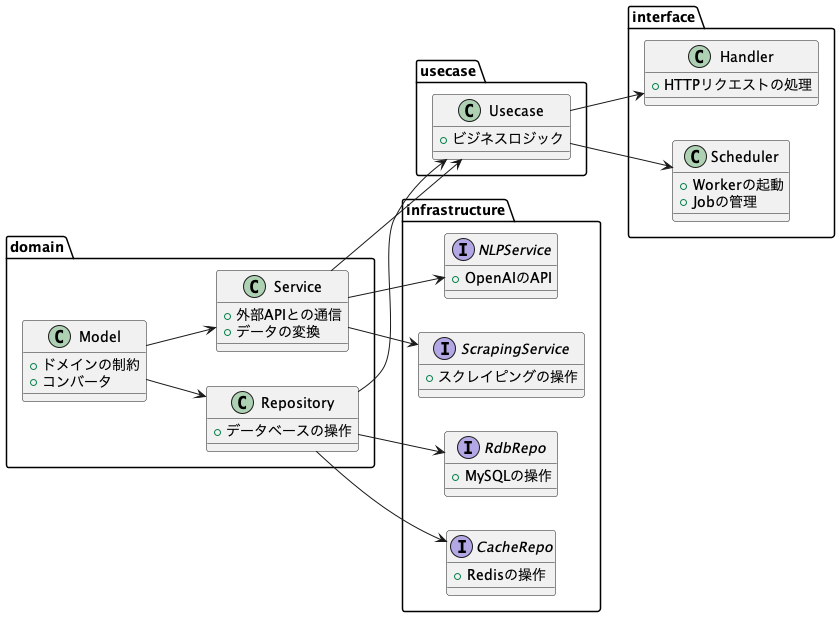
cocoide/tech-guide keeps this PlantUML diagram as backend/docs/architecture.png. Above is the earlier version.
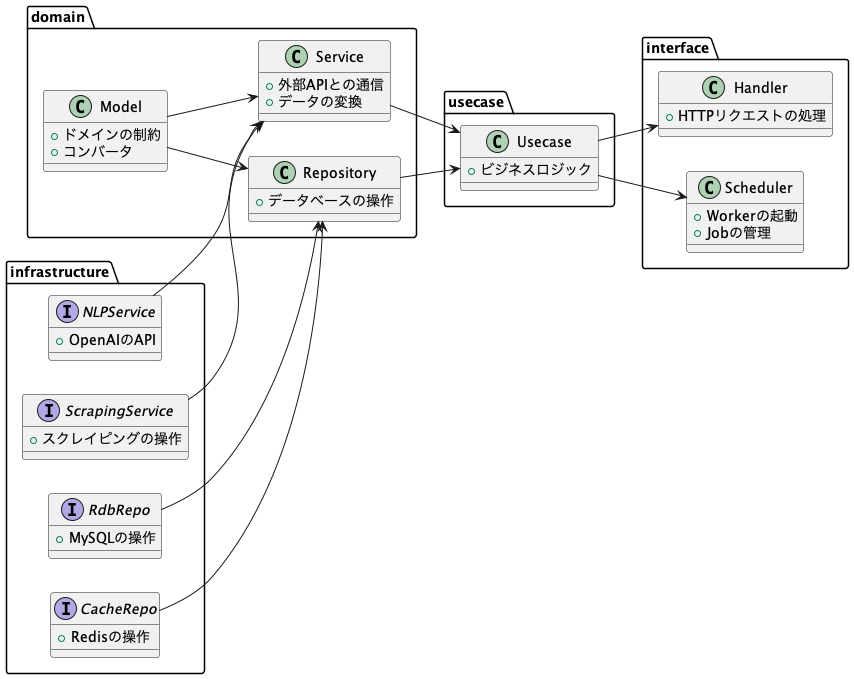
After the commit.

Diff of the diagram source:
```diff
@@ -48,16 +48,15 @@
     }
     interface CacheRepo {
         +Redisの操作
-    }
 }
 
 Model --> Repository
 Model --> Service
 Repository --> Usecase
-Repository --> RdbRepo
-Repository --> CacheRepo
-Service --> NLPService
-Service --> ScrapingService
+RdbRepo --> Repository
+CacheRepo --> Repository
+NLPService --> Service
+ScrapingService --> Service
 Service --> Usecase
 Usecase --> Handler
 Usecase --> Scheduler
```
